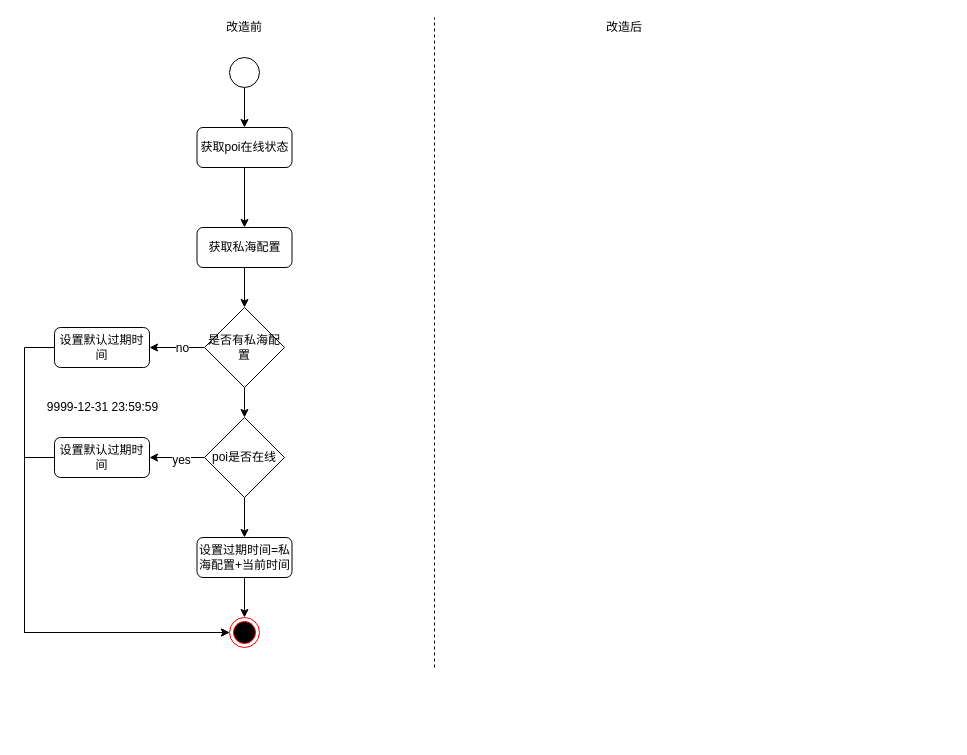
The draw.io diagram page "Page-3" (3 of 3) of Untitled Diagram.drawio in er-niu/draw.io, before the edit. Source tidied: cells renumbered, new cells numbered last; positions are measured from the earlier drawing's top-left corner, leaving out a move shared by most shapes. Both pictures are drawn from the tidied source at 100%, with x=0, y=0 at pixel (24, 17).
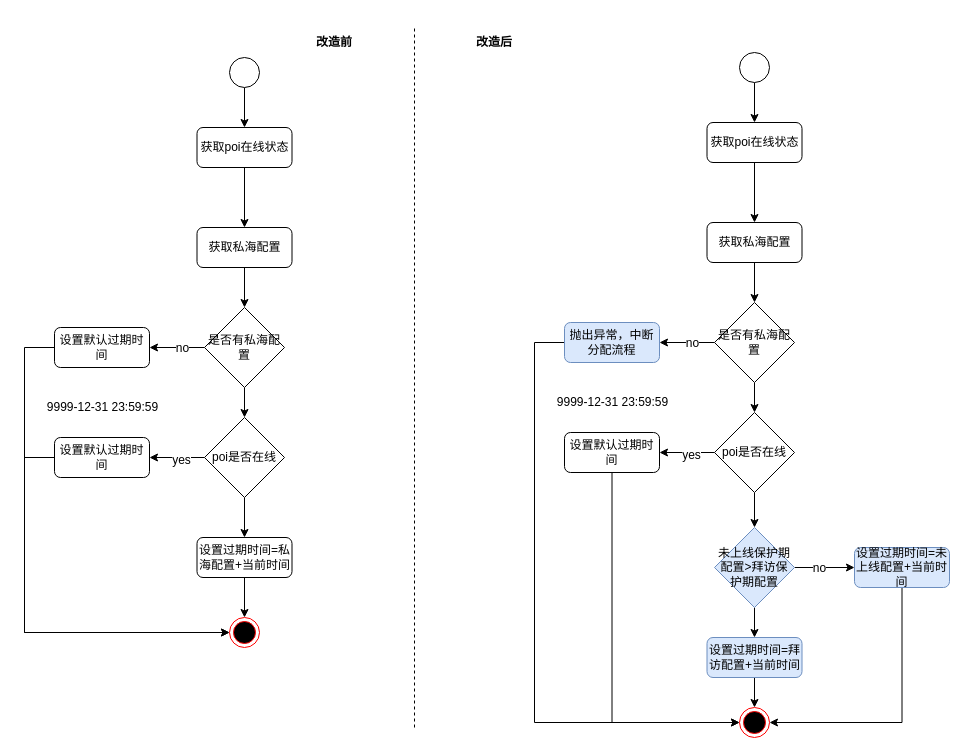
After the change.

Commit message:
过期时间计算

What changed in the source:
```diff
@@
     <mxCell id="2" style="endArrow=none;dashed=1;html=1;" parent="1" edge="1">
       <mxGeometry relative="1" as="geometry">
-        <mxPoint x="410" y="650" as="sourcePoint" />
-        <mxPoint x="410" as="targetPoint" />
+        <mxPoint x="390" y="710" as="sourcePoint" />
+        <mxPoint x="390" y="10" as="targetPoint" />
       </mxGeometry>
     </mxCell>
-    <mxCell id="3" value="改造前" style="text;html=1;strokeColor=none;fillColor=none;align=center;verticalAlign=middle;whiteSpace=wrap;rounded=0;" parent="1" vertex="1">
-      <mxGeometry x="200" width="40" height="20" as="geometry" />
+    <mxCell id="3" value="改造前" style="text;html=1;strokeColor=none;fillColor=none;align=center;verticalAlign=middle;whiteSpace=wrap;rounded=0;fontStyle=1;" parent="1" vertex="1">
+      <mxGeometry x="290" y="15" width="40" height="20" as="geometry" />
     </mxCell>
-    <mxCell id="4" value="改造后" style="text;html=1;strokeColor=none;fillColor=none;align=center;verticalAlign=middle;whiteSpace=wrap;rounded=0;" parent="1" vertex="1">
-      <mxGeometry x="580" width="40" height="20" as="geometry" />
+    <mxCell id="4" value="改造后" style="text;html=1;strokeColor=none;fillColor=none;align=center;verticalAlign=middle;whiteSpace=wrap;rounded=0;fontStyle=1;" parent="1" vertex="1">
+      <mxGeometry x="450" y="15" width="40" height="20" as="geometry" />
     </mxCell>
@@
+    <mxCell id="28" style="edgeStyle=none;rounded=0;jettySize=auto;html=1;" parent="1" edge="1" source="29" target="31">
+      <mxGeometry relative="1" as="geometry" />
+    </mxCell>
+    <mxCell id="29" value="获取poi在线状态" style="rounded=1;whiteSpace=wrap;html=1;" parent="1" vertex="1">
+      <mxGeometry x="682.5" y="105" width="95" height="40" as="geometry" />
+    </mxCell>
+    <mxCell id="30" style="edgeStyle=none;rounded=0;jettySize=auto;html=1;exitX=0.5;exitY=1;exitDx=0;exitDy=0;entryX=0.5;entryY=0;entryDx=0;entryDy=0;" parent="1" edge="1" source="31" target="37">
+      <mxGeometry relative="1" as="geometry" />
+    </mxCell>
+    <mxCell id="31" value="获取私海配置" style="rounded=1;whiteSpace=wrap;html=1;" parent="1" vertex="1">
+      <mxGeometry x="682.5" y="205" width="95" height="40" as="geometry" />
+    </mxCell>
+    <mxCell id="32" style="edgeStyle=none;rounded=0;jettySize=auto;html=1;exitX=0.5;exitY=1;exitDx=0;exitDy=0;entryX=0.5;entryY=0;entryDx=0;entryDy=0;" parent="1" edge="1" source="33" target="29">
+      <mxGeometry relative="1" as="geometry" />
+    </mxCell>
+    <mxCell id="33" style="ellipse;whiteSpace=wrap;html=1;" parent="1" vertex="1">
+      <mxGeometry x="715" y="35" width="30" height="30" as="geometry" />
+    </mxCell>
+    <mxCell id="34" style="edgeStyle=none;rounded=0;jettySize=auto;html=1;exitX=0;exitY=0.5;exitDx=0;exitDy=0;entryX=1;entryY=0.5;entryDx=0;entryDy=0;" parent="1" edge="1" source="37" target="47">
+      <mxGeometry relative="1" as="geometry" />
+    </mxCell>
+    <mxCell id="35" value="no" style="text;html=1;align=center;verticalAlign=middle;labelBackgroundColor=#ffffff;" parent="34" vertex="1">
+      <mxGeometry x="-0.16" relative="1" as="geometry" />
+    </mxCell>
+    <mxCell id="36" style="edgeStyle=none;rounded=0;jettySize=auto;html=1;" parent="1" edge="1" source="37" target="41">
+      <mxGeometry relative="1" as="geometry" />
+    </mxCell>
+    <mxCell id="37" value="是否有私海配置" style="rhombus;whiteSpace=wrap;html=1;" parent="1" vertex="1">
+      <mxGeometry x="690" y="285" width="80" height="80" as="geometry" />
+    </mxCell>
+    <mxCell id="38" style="edgeStyle=none;rounded=0;jettySize=auto;html=1;exitX=0;exitY=0.5;exitDx=0;exitDy=0;entryX=1;entryY=0.5;entryDx=0;entryDy=0;" parent="1" edge="1" source="41" target="49">
+      <mxGeometry relative="1" as="geometry" />
+    </mxCell>
+    <mxCell id="39" value="yes" style="text;html=1;align=center;verticalAlign=middle;labelBackgroundColor=#ffffff;" parent="38" vertex="1">
+      <mxGeometry x="-0.13" y="2" relative="1" as="geometry" />
+    </mxCell>
+    <mxCell id="40" style="edgeStyle=orthogonalEdgeStyle;rounded=0;jettySize=auto;html=1;" parent="1" edge="1" source="41" target="45">
+      <mxGeometry relative="1" as="geometry" />
+    </mxCell>
+    <mxCell id="41" value="poi是否在线" style="rhombus;whiteSpace=wrap;html=1;" parent="1" vertex="1">
+      <mxGeometry x="690" y="395" width="80" height="80" as="geometry" />
+    </mxCell>
+    <mxCell id="42" style="edgeStyle=orthogonalEdgeStyle;rounded=0;jettySize=auto;html=1;exitX=0.5;exitY=1;exitDx=0;exitDy=0;entryX=0.5;entryY=0;entryDx=0;entryDy=0;" parent="1" edge="1" source="45" target="53">
+      <mxGeometry relative="1" as="geometry" />
+    </mxCell>
+    <mxCell id="43" style="edgeStyle=orthogonalEdgeStyle;rounded=0;jettySize=auto;html=1;exitX=1;exitY=0.5;exitDx=0;exitDy=0;entryX=0;entryY=0.5;entryDx=0;entryDy=0;" parent="1" edge="1" source="45" target="55">
+      <mxGeometry relative="1" as="geometry" />
+    </mxCell>
+    <mxCell id="44" value="no" style="text;html=1;align=center;verticalAlign=middle;labelBackgroundColor=#ffffff;" parent="43" vertex="1">
+      <mxGeometry x="-0.2" relative="1" as="geometry" />
+    </mxCell>
+    <mxCell id="45" value="未上线保护期配置&amp;gt;拜访保护期配置" style="rhombus;whiteSpace=wrap;html=1;fillColor=#dae8fc;strokeColor=#6c8ebf;" parent="1" vertex="1">
+      <mxGeometry x="690" y="510" width="80" height="80" as="geometry" />
+    </mxCell>
+    <mxCell id="46" style="edgeStyle=orthogonalEdgeStyle;rounded=0;jettySize=auto;html=1;exitX=0;exitY=0.5;exitDx=0;exitDy=0;entryX=0;entryY=0.5;entryDx=0;entryDy=0;" parent="1" edge="1" source="47" target="51">
+      <mxGeometry relative="1" as="geometry">
+        <Array as="points">
+          <mxPoint x="510" y="325" />
+          <mxPoint x="510" y="705" />
+        </Array>
+      </mxGeometry>
+    </mxCell>
+    <mxCell id="47" value="抛出异常，中断分配流程" style="rounded=1;whiteSpace=wrap;html=1;fillColor=#dae8fc;strokeColor=#6c8ebf;" parent="1" vertex="1">
+      <mxGeometry x="540" y="305" width="95" height="40" as="geometry" />
+    </mxCell>
+    <mxCell id="48" style="edgeStyle=orthogonalEdgeStyle;rounded=0;jettySize=auto;html=1;exitX=0.5;exitY=1;exitDx=0;exitDy=0;entryX=0;entryY=0.5;entryDx=0;entryDy=0;" parent="1" edge="1" source="49" target="51">
+      <mxGeometry relative="1" as="geometry" />
+    </mxCell>
+    <mxCell id="49" value="设置默认过期时间" style="rounded=1;whiteSpace=wrap;html=1;" parent="1" vertex="1">
+      <mxGeometry x="540" y="415" width="95" height="40" as="geometry" />
+    </mxCell>
+    <mxCell id="50" value="9999-12-31 23:59:59" style="text;html=1;align=center;verticalAlign=middle;" parent="1" vertex="1">
+      <mxGeometry x="522.5" y="375" width="130" height="20" as="geometry" />
+    </mxCell>
+    <mxCell id="51" style="ellipse;html=1;shape=endState;fillColor=#000000;strokeColor=#ff0000;" parent="1" vertex="1">
+      <mxGeometry x="715" y="690" width="30" height="30" as="geometry" />
+    </mxCell>
+    <mxCell id="52" style="edgeStyle=orthogonalEdgeStyle;rounded=0;jettySize=auto;html=1;exitX=0.5;exitY=1;exitDx=0;exitDy=0;entryX=0.5;entryY=0;entryDx=0;entryDy=0;" parent="1" edge="1" source="53" target="51">
+      <mxGeometry relative="1" as="geometry" />
+    </mxCell>
+    <mxCell id="53" value="设置过期时间=拜访配置+当前时间" style="rounded=1;whiteSpace=wrap;html=1;fillColor=#dae8fc;strokeColor=#6c8ebf;" parent="1" vertex="1">
+      <mxGeometry x="682.5" y="620" width="95" height="40" as="geometry" />
+    </mxCell>
+    <mxCell id="54" style="edgeStyle=orthogonalEdgeStyle;rounded=0;jettySize=auto;html=1;exitX=0.5;exitY=1;exitDx=0;exitDy=0;entryX=1;entryY=0.5;entryDx=0;entryDy=0;" parent="1" edge="1" source="55" target="51">
+      <mxGeometry relative="1" as="geometry" />
+    </mxCell>
+    <mxCell id="55" value="设置过期时间=未上线配置+当前时间" style="rounded=1;whiteSpace=wrap;html=1;fillColor=#dae8fc;strokeColor=#6c8ebf;" parent="1" vertex="1">
+      <mxGeometry x="830" y="530" width="95" height="40" as="geometry" />
+    </mxCell>
```
